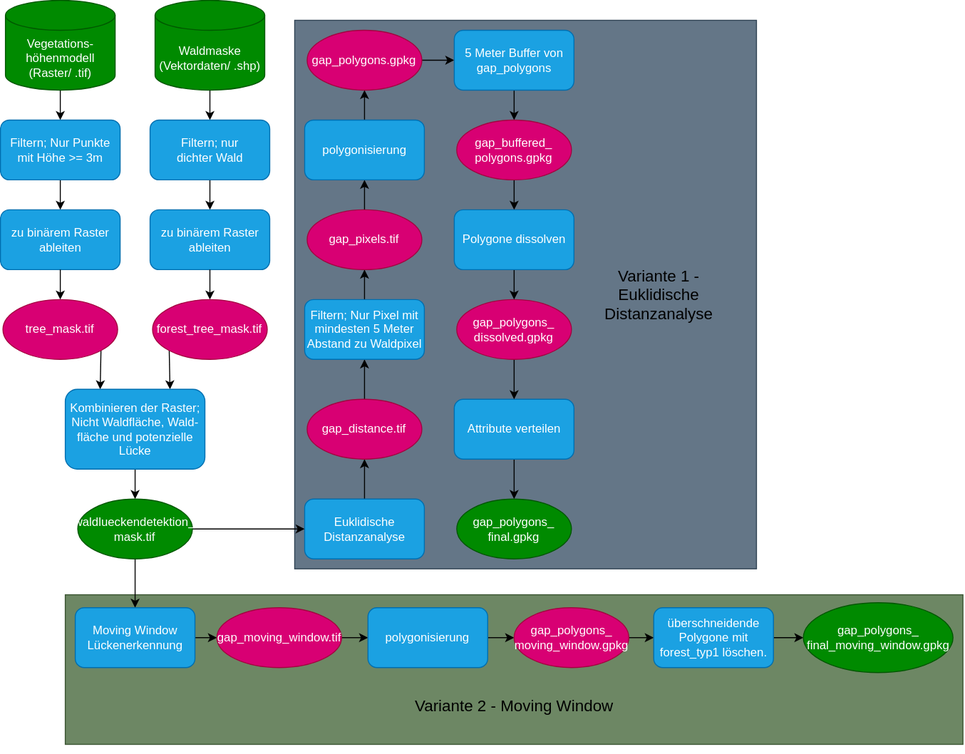
Above: Lueckendetektion.drawio.svg in liobio72/Lueckendetektion (draw.io), before the change. Source tidied: cells renumbered, new cells last; positions are measured from the earlier drawing's top-left corner, leaving out a move shared by most shapes.
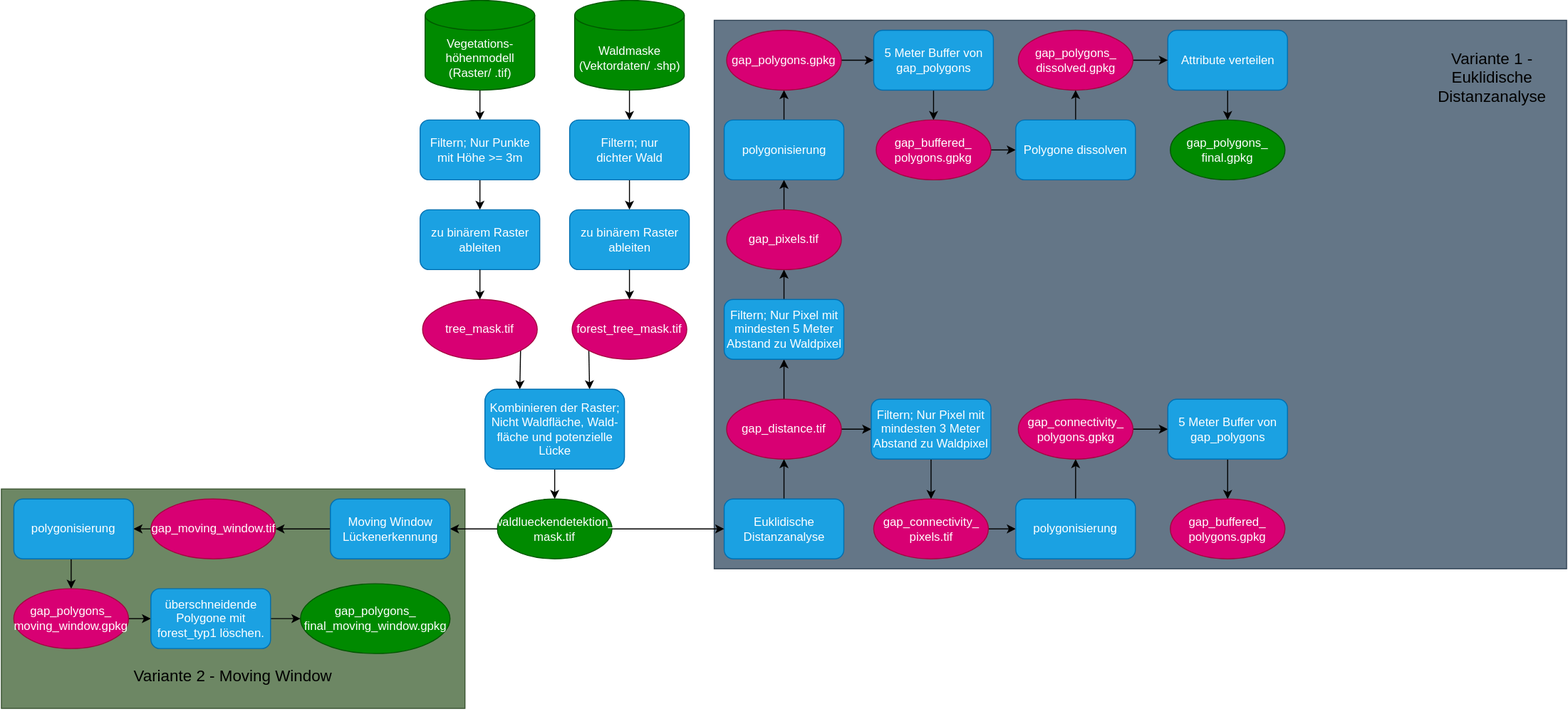
Later version of the same file.

The edit, as a diff of the source:
```diff
@@ -3,10 +3,10 @@
     <mxCell id="0" />
     <mxCell id="1" parent="0" />
     <mxCell id="2" style="rounded=0;whiteSpace=wrap;html=1;fillColor=#6d8764;fontColor=#ffffff;strokeColor=#3A5431;" parent="1" vertex="1">
-      <mxGeometry x="65" y="596" width="900" height="150" as="geometry" />
+      <mxGeometry x="-420" y="490" width="465" height="220" as="geometry" />
     </mxCell>
     <mxCell id="3" style="rounded=0;whiteSpace=wrap;html=1;fillColor=#647687;strokeColor=#314354;fontColor=#ffffff;" parent="1" vertex="1">
-      <mxGeometry x="295" y="20" width="463" height="550" as="geometry" />
+      <mxGeometry x="295" y="20" width="855" height="550" as="geometry" />
     </mxCell>
     <mxCell id="4" style="edgeStyle=orthogonalEdgeStyle;rounded=0;jettySize=auto;html=1;exitX=0.5;exitY=1;exitDx=0;exitDy=0;exitPerimeter=0;entryX=0.5;entryY=0;entryDx=0;entryDy=0;" parent="1" edge="1" source="5" target="13">
       <mxGeometry relative="1" as="geometry" />
@@ -71,6 +71,9 @@
     <mxCell id="24" style="edgeStyle=orthogonalEdgeStyle;rounded=0;jettySize=auto;html=1;exitX=0.5;exitY=0;exitDx=0;exitDy=0;entryX=0.5;entryY=1;entryDx=0;entryDy=0;" parent="1" edge="1" source="25" target="27">
       <mxGeometry relative="1" as="geometry" />
     </mxCell>
+    <mxCell id="61" style="edgeStyle=orthogonalEdgeStyle;rounded=0;jettySize=auto;html=1;exitX=1;exitY=0.5;exitDx=0;exitDy=0;entryX=0;entryY=0.5;entryDx=0;entryDy=0;" parent="1" edge="1" source="25" target="63">
+      <mxGeometry relative="1" as="geometry" />
+    </mxCell>
     <mxCell id="25" value="gap_distance.tif" style="ellipse;whiteSpace=wrap;html=1;fillColor=#d80073;fontColor=#ffffff;strokeColor=#A50040;" parent="1" vertex="1">
       <mxGeometry x="307.5" y="400" width="115" height="60" as="geometry" />
     </mxCell>
@@ -104,7 +107,7 @@
     <mxCell id="35" value="5 Meter Buffer von gap_polygons" style="rounded=1;whiteSpace=wrap;html=1;fillColor=#1ba1e2;fontColor=#ffffff;strokeColor=#006EAF;" parent="1" vertex="1">
       <mxGeometry x="455" y="30" width="120" height="60" as="geometry" />
     </mxCell>
-    <mxCell id="36" style="edgeStyle=orthogonalEdgeStyle;rounded=0;jettySize=auto;html=1;exitX=0.5;exitY=1;exitDx=0;exitDy=0;entryX=0.5;entryY=0;entryDx=0;entryDy=0;" parent="1" edge="1" source="37" target="46">
+    <mxCell id="36" style="edgeStyle=orthogonalEdgeStyle;rounded=0;jettySize=auto;html=1;exitX=1;exitY=0.5;exitDx=0;exitDy=0;entryX=0;entryY=0.5;entryDx=0;entryDy=0;" parent="1" edge="1" source="37" target="46">
       <mxGeometry relative="1" as="geometry" />
     </mxCell>
     <mxCell id="37" value="gap_buffered_&lt;div&gt;polygons.gpkg&lt;/div&gt;" style="ellipse;whiteSpace=wrap;html=1;fillColor=#d80073;fontColor=#ffffff;strokeColor=#A50040;" parent="1" vertex="1">
@@ -113,7 +116,7 @@
     <mxCell id="38" style="edgeStyle=orthogonalEdgeStyle;rounded=0;jettySize=auto;html=1;exitX=1;exitY=0.5;exitDx=0;exitDy=0;entryX=0;entryY=0.5;entryDx=0;entryDy=0;" parent="1" edge="1" source="40" target="23">
       <mxGeometry relative="1" as="geometry" />
     </mxCell>
-    <mxCell id="39" style="edgeStyle=orthogonalEdgeStyle;rounded=0;jettySize=auto;html=1;exitX=0.5;exitY=1;exitDx=0;exitDy=0;entryX=0.5;entryY=0;entryDx=0;entryDy=0;" parent="1" edge="1" source="40" target="50">
+    <mxCell id="39" style="edgeStyle=orthogonalEdgeStyle;rounded=0;jettySize=auto;html=1;exitX=0;exitY=0.5;exitDx=0;exitDy=0;entryX=1;entryY=0.5;entryDx=0;entryDy=0;" parent="1" edge="1" source="40" target="50">
       <mxGeometry relative="1" as="geometry" />
     </mxCell>
     <mxCell id="40" value="waldlueckendetektion_&lt;div&gt;&lt;span style=&quot;background-color: transparent; color: light-dark(rgb(255, 255, 255), rgb(18, 18, 18));&quot;&gt;mask.tif&lt;/span&gt;&lt;/div&gt;" style="ellipse;whiteSpace=wrap;html=1;fillColor=#008a00;fontColor=#ffffff;strokeColor=#005700;" parent="1" vertex="1">
@@ -123,61 +126,94 @@
       <mxGeometry relative="1" as="geometry" />
     </mxCell>
     <mxCell id="42" value="Attribute verteilen" style="rounded=1;whiteSpace=wrap;html=1;fillColor=#1ba1e2;fontColor=#ffffff;strokeColor=#006EAF;" parent="1" vertex="1">
-      <mxGeometry x="455" y="400" width="120" height="60" as="geometry" />
+      <mxGeometry x="750" y="30" width="120" height="60" as="geometry" />
     </mxCell>
-    <mxCell id="43" style="edgeStyle=orthogonalEdgeStyle;rounded=0;jettySize=auto;html=1;exitX=0.5;exitY=1;exitDx=0;exitDy=0;entryX=0.5;entryY=0;entryDx=0;entryDy=0;" parent="1" edge="1" source="44" target="42">
+    <mxCell id="43" style="edgeStyle=orthogonalEdgeStyle;rounded=0;jettySize=auto;html=1;exitX=1;exitY=0.5;exitDx=0;exitDy=0;entryX=0;entryY=0.5;entryDx=0;entryDy=0;" parent="1" edge="1" source="44" target="42">
       <mxGeometry relative="1" as="geometry" />
     </mxCell>
     <mxCell id="44" value="gap_polygons_&lt;div&gt;dissolved.gpkg&lt;/div&gt;" style="ellipse;whiteSpace=wrap;html=1;fillColor=#d80073;fontColor=#ffffff;strokeColor=#A50040;" parent="1" vertex="1">
-      <mxGeometry x="457.5" y="300" width="115" height="60" as="geometry" />
+      <mxGeometry x="600" y="30" width="115" height="60" as="geometry" />
     </mxCell>
-    <mxCell id="45" style="edgeStyle=orthogonalEdgeStyle;rounded=0;jettySize=auto;html=1;exitX=0.5;exitY=1;exitDx=0;exitDy=0;entryX=0.5;entryY=0;entryDx=0;entryDy=0;" parent="1" edge="1" source="46" target="44">
+    <mxCell id="45" style="edgeStyle=orthogonalEdgeStyle;rounded=0;jettySize=auto;html=1;exitX=0.5;exitY=0;exitDx=0;exitDy=0;entryX=0.5;entryY=1;entryDx=0;entryDy=0;" parent="1" edge="1" source="46" target="44">
       <mxGeometry relative="1" as="geometry" />
     </mxCell>
     <mxCell id="46" value="Polygone dissolven" style="rounded=1;whiteSpace=wrap;html=1;fillColor=#1ba1e2;fontColor=#ffffff;strokeColor=#006EAF;" parent="1" vertex="1">
-      <mxGeometry x="455" y="210" width="120" height="60" as="geometry" />
+      <mxGeometry x="597.5" y="120" width="120" height="60" as="geometry" />
     </mxCell>
     <mxCell id="47" value="gap_polygons_&lt;div&gt;final&lt;span style=&quot;background-color: transparent; color: light-dark(rgb(255, 255, 255), rgb(18, 18, 18));&quot;&gt;.gpkg&lt;/span&gt;&lt;/div&gt;" style="ellipse;whiteSpace=wrap;html=1;fillColor=#008a00;fontColor=#ffffff;strokeColor=#005700;" parent="1" vertex="1">
-      <mxGeometry x="457.5" y="500" width="115" height="60" as="geometry" />
+      <mxGeometry x="752.5" y="120" width="115" height="60" as="geometry" />
     </mxCell>
     <mxCell id="48" value="&lt;font style=&quot;font-size: 16px;&quot;&gt;Variante 1 - Euklidische Distanzanalyse&lt;/font&gt;" style="text;html=1;whiteSpace=wrap;strokeColor=none;fillColor=none;align=center;verticalAlign=middle;rounded=0;" parent="1" vertex="1">
-      <mxGeometry x="595" y="247.5" width="130" height="95" as="geometry" />
+      <mxGeometry x="1010" y="30" width="130" height="95" as="geometry" />
     </mxCell>
-    <mxCell id="49" style="edgeStyle=orthogonalEdgeStyle;rounded=0;jettySize=auto;html=1;exitX=1;exitY=0.5;exitDx=0;exitDy=0;entryX=0;entryY=0.5;entryDx=0;entryDy=0;" parent="1" edge="1" source="50" target="52">
+    <mxCell id="49" style="edgeStyle=orthogonalEdgeStyle;rounded=0;jettySize=auto;html=1;exitX=0;exitY=0.5;exitDx=0;exitDy=0;entryX=1;entryY=0.5;entryDx=0;entryDy=0;" parent="1" edge="1" source="50" target="52">
       <mxGeometry relative="1" as="geometry" />
     </mxCell>
     <mxCell id="50" value="Moving Window&lt;div&gt;Lückenerkennung&lt;/div&gt;" style="rounded=1;whiteSpace=wrap;html=1;fillColor=#1ba1e2;fontColor=#ffffff;strokeColor=#006EAF;" parent="1" vertex="1">
-      <mxGeometry x="75" y="609" width="120" height="60" as="geometry" />
+      <mxGeometry x="-90" y="500" width="120" height="60" as="geometry" />
     </mxCell>
-    <mxCell id="51" style="edgeStyle=orthogonalEdgeStyle;rounded=0;jettySize=auto;html=1;exitX=1;exitY=0.5;exitDx=0;exitDy=0;entryX=0;entryY=0.5;entryDx=0;entryDy=0;" parent="1" edge="1" source="52" target="54">
+    <mxCell id="51" style="edgeStyle=orthogonalEdgeStyle;rounded=0;jettySize=auto;html=1;exitX=0;exitY=0.5;exitDx=0;exitDy=0;entryX=1;entryY=0.5;entryDx=0;entryDy=0;" parent="1" edge="1" source="52" target="54">
       <mxGeometry relative="1" as="geometry" />
     </mxCell>
     <mxCell id="52" value="gap_moving_window.tif" style="ellipse;whiteSpace=wrap;html=1;fillColor=#d80073;fontColor=#ffffff;strokeColor=#A50040;" parent="1" vertex="1">
-      <mxGeometry x="217" y="609" width="125" height="60" as="geometry" />
+      <mxGeometry x="-270" y="500" width="125" height="60" as="geometry" />
     </mxCell>
-    <mxCell id="53" style="edgeStyle=orthogonalEdgeStyle;rounded=0;jettySize=auto;html=1;exitX=1;exitY=0.5;exitDx=0;exitDy=0;entryX=0;entryY=0.5;entryDx=0;entryDy=0;" parent="1" edge="1" source="54" target="56">
+    <mxCell id="53" style="edgeStyle=orthogonalEdgeStyle;rounded=0;jettySize=auto;html=1;exitX=0.5;exitY=1;exitDx=0;exitDy=0;entryX=0.5;entryY=0;entryDx=0;entryDy=0;" parent="1" edge="1" source="54" target="56">
       <mxGeometry relative="1" as="geometry" />
     </mxCell>
     <mxCell id="54" value="polygonisierung" style="rounded=1;whiteSpace=wrap;html=1;fillColor=#1ba1e2;fontColor=#ffffff;strokeColor=#006EAF;" parent="1" vertex="1">
-      <mxGeometry x="368.5" y="609" width="120" height="60" as="geometry" />
+      <mxGeometry x="-407.5" y="500" width="120" height="60" as="geometry" />
     </mxCell>
     <mxCell id="55" style="edgeStyle=orthogonalEdgeStyle;rounded=0;jettySize=auto;html=1;exitX=1;exitY=0.5;exitDx=0;exitDy=0;entryX=0;entryY=0.5;entryDx=0;entryDy=0;" parent="1" edge="1" source="56" target="58">
       <mxGeometry relative="1" as="geometry" />
     </mxCell>
     <mxCell id="56" value="gap_polygons_&lt;div&gt;moving_window.gpkg&lt;/div&gt;" style="ellipse;whiteSpace=wrap;html=1;fillColor=#d80073;fontColor=#ffffff;strokeColor=#A50040;" parent="1" vertex="1">
-      <mxGeometry x="515" y="609" width="115" height="60" as="geometry" />
+      <mxGeometry x="-407.5" y="590" width="115" height="60" as="geometry" />
     </mxCell>
     <mxCell id="57" style="edgeStyle=orthogonalEdgeStyle;rounded=0;jettySize=auto;html=1;exitX=1;exitY=0.5;exitDx=0;exitDy=0;entryX=0;entryY=0.5;entryDx=0;entryDy=0;" parent="1" edge="1" source="58" target="59">
       <mxGeometry relative="1" as="geometry" />
     </mxCell>
     <mxCell id="58" value="überschneidende Polygone mit forest_typ1 löschen." style="rounded=1;whiteSpace=wrap;html=1;fillColor=#1ba1e2;fontColor=#ffffff;strokeColor=#006EAF;" parent="1" vertex="1">
-      <mxGeometry x="655" y="609" width="120" height="60" as="geometry" />
+      <mxGeometry x="-270" y="590" width="120" height="60" as="geometry" />
     </mxCell>
     <mxCell id="59" value="gap_polygons_&lt;div&gt;final_moving_window.gpkg&lt;/div&gt;" style="ellipse;whiteSpace=wrap;html=1;fillColor=#008a00;fontColor=#ffffff;strokeColor=#005700;" parent="1" vertex="1">
-      <mxGeometry x="805" y="604" width="150" height="70" as="geometry" />
+      <mxGeometry x="-120" y="585" width="150" height="70" as="geometry" />
     </mxCell>
     <mxCell id="60" value="&lt;font style=&quot;font-size: 16px;&quot;&gt;Variante 2 - Moving Window&lt;/font&gt;" style="text;html=1;whiteSpace=wrap;strokeColor=none;fillColor=none;align=center;verticalAlign=middle;rounded=0;" parent="1" vertex="1">
-      <mxGeometry x="320" y="660" width="390" height="95" as="geometry" />
+      <mxGeometry x="-382.5" y="630" width="390" height="95" as="geometry" />
     </mxCell>
+    <mxCell id="62" style="edgeStyle=orthogonalEdgeStyle;rounded=0;jettySize=auto;html=1;exitX=0.5;exitY=1;exitDx=0;exitDy=0;entryX=0.5;entryY=0;entryDx=0;entryDy=0;" parent="1" edge="1" source="63" target="65">
+      <mxGeometry relative="1" as="geometry" />
+    </mxCell>
+    <mxCell id="63" value="Filtern; Nur Pixel mit mindesten 3 Meter Abstand zu Waldpixel" style="rounded=1;whiteSpace=wrap;html=1;fillColor=#1ba1e2;fontColor=#ffffff;strokeColor=#006EAF;" parent="1" vertex="1">
+      <mxGeometry x="452.5" y="400" width="120" height="60" as="geometry" />
+    </mxCell>
+    <mxCell id="64" style="edgeStyle=orthogonalEdgeStyle;rounded=0;jettySize=auto;html=1;exitX=1;exitY=0.5;exitDx=0;exitDy=0;entryX=0;entryY=0.5;entryDx=0;entryDy=0;" parent="1" edge="1" source="65" target="67">
+      <mxGeometry relative="1" as="geometry" />
+    </mxCell>
+    <mxCell id="65" value="gap_connectivity_&lt;div&gt;pixels.tif&lt;/div&gt;" style="ellipse;whiteSpace=wrap;html=1;fillColor=#d80073;fontColor=#ffffff;strokeColor=#A50040;" parent="1" vertex="1">
+      <mxGeometry x="455" y="500" width="115" height="60" as="geometry" />
+    </mxCell>
+    <mxCell id="66" style="edgeStyle=orthogonalEdgeStyle;rounded=0;jettySize=auto;html=1;exitX=0.5;exitY=0;exitDx=0;exitDy=0;entryX=0.5;entryY=1;entryDx=0;entryDy=0;" parent="1" edge="1" source="67" target="69">
+      <mxGeometry relative="1" as="geometry" />
+    </mxCell>
+    <mxCell id="67" value="polygonisierung" style="rounded=1;whiteSpace=wrap;html=1;fillColor=#1ba1e2;fontColor=#ffffff;strokeColor=#006EAF;" parent="1" vertex="1">
+      <mxGeometry x="597.5" y="500" width="120" height="60" as="geometry" />
+    </mxCell>
+    <mxCell id="68" style="edgeStyle=orthogonalEdgeStyle;rounded=0;jettySize=auto;html=1;exitX=1;exitY=0.5;exitDx=0;exitDy=0;entryX=0;entryY=0.5;entryDx=0;entryDy=0;" parent="1" edge="1" source="69" target="71">
+      <mxGeometry relative="1" as="geometry" />
+    </mxCell>
+    <mxCell id="69" value="gap_connectivity_&lt;div&gt;polygons.gpkg&lt;/div&gt;" style="ellipse;whiteSpace=wrap;html=1;fillColor=#d80073;fontColor=#ffffff;strokeColor=#A50040;" parent="1" vertex="1">
+      <mxGeometry x="600" y="400" width="115" height="60" as="geometry" />
+    </mxCell>
+    <mxCell id="70" style="edgeStyle=orthogonalEdgeStyle;rounded=0;jettySize=auto;html=1;exitX=0.5;exitY=1;exitDx=0;exitDy=0;entryX=0.5;entryY=0;entryDx=0;entryDy=0;" parent="1" edge="1" source="71" target="72">
+      <mxGeometry relative="1" as="geometry" />
+    </mxCell>
+    <mxCell id="71" value="5 Meter Buffer von gap_polygons" style="rounded=1;whiteSpace=wrap;html=1;fillColor=#1ba1e2;fontColor=#ffffff;strokeColor=#006EAF;" parent="1" vertex="1">
+      <mxGeometry x="750" y="400" width="120" height="60" as="geometry" />
+    </mxCell>
+    <mxCell id="72" value="gap_buffered_&lt;div&gt;polygons.gpkg&lt;/div&gt;" style="ellipse;whiteSpace=wrap;html=1;fillColor=#d80073;fontColor=#ffffff;strokeColor=#A50040;" parent="1" vertex="1">
+      <mxGeometry x="752.5" y="500" width="115" height="60" as="geometry" />
+    </mxCell>
   </root>
 </mxGraphModel>
```
